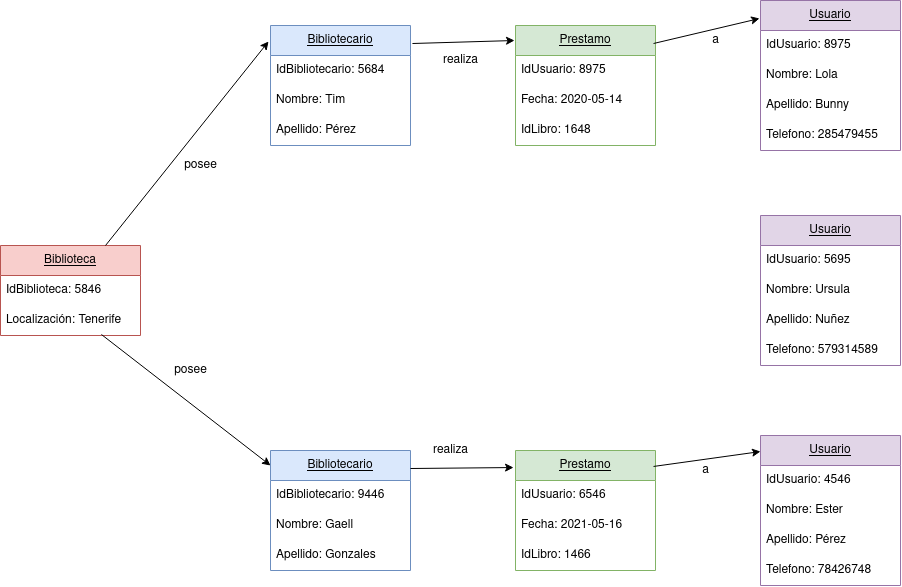
The draw.io diagram diagramas/tarea2 (biblioteca)/diagrama_objeto_biblioteca.png in Chugani05/entorno_de_desarrollo, before a commit. Source tidied: cells renumbered, new cells last; positions are measured from the earlier drawing's top-left corner, leaving out a move shared by most shapes. Source of this version:
```xml
<mxGraphModel>
  <root>
    <mxCell id="0" />
    <mxCell id="1" parent="0" />
    <mxCell id="2" value="&lt;u&gt;Usuario&lt;/u&gt;" style="swimlane;fontStyle=0;horizontal=1;startSize=30;whiteSpace=wrap;html=1;fillColor=#e1d5e7;strokeColor=#9673a6;" parent="1" vertex="1">
      <mxGeometry x="760" y="435" width="140" height="150" as="geometry" />
    </mxCell>
    <mxCell id="3" value="IdUsuario: 4546" style="text;strokeColor=none;fillColor=none;align=left;verticalAlign=middle;spacingLeft=4;spacingRight=4;overflow=hidden;whiteSpace=wrap;html=1;" parent="2" vertex="1">
      <mxGeometry y="30" width="140" height="30" as="geometry" />
    </mxCell>
    <mxCell id="4" value="Nombre: Ester" style="text;strokeColor=none;fillColor=none;align=left;verticalAlign=middle;spacingLeft=4;spacingRight=4;overflow=hidden;whiteSpace=wrap;html=1;" parent="2" vertex="1">
      <mxGeometry y="60" width="140" height="30" as="geometry" />
    </mxCell>
    <mxCell id="5" value="Apellido: Pérez" style="text;strokeColor=none;fillColor=none;align=left;verticalAlign=middle;spacingLeft=4;spacingRight=4;overflow=hidden;whiteSpace=wrap;html=1;" parent="2" vertex="1">
      <mxGeometry y="90" width="140" height="30" as="geometry" />
    </mxCell>
    <mxCell id="6" value="Telefono: 78426748" style="text;strokeColor=none;fillColor=none;align=left;verticalAlign=middle;spacingLeft=4;spacingRight=4;overflow=hidden;whiteSpace=wrap;html=1;" parent="2" vertex="1">
      <mxGeometry y="120" width="140" height="30" as="geometry" />
    </mxCell>
    <mxCell id="7" value="&lt;u&gt;Prestamo&lt;/u&gt;" style="swimlane;fontStyle=0;horizontal=1;startSize=30;whiteSpace=wrap;html=1;fillColor=#d5e8d4;strokeColor=#82b366;" parent="1" vertex="1">
      <mxGeometry x="515" y="25" width="140" height="120" as="geometry" />
    </mxCell>
    <mxCell id="8" value="IdUsuario: 8975" style="text;strokeColor=none;fillColor=none;align=left;verticalAlign=middle;spacingLeft=4;spacingRight=4;overflow=hidden;whiteSpace=wrap;html=1;" parent="7" vertex="1">
      <mxGeometry y="30" width="140" height="30" as="geometry" />
    </mxCell>
    <mxCell id="9" value="Fecha: 2020-05-14" style="text;strokeColor=none;fillColor=none;align=left;verticalAlign=middle;spacingLeft=4;spacingRight=4;overflow=hidden;whiteSpace=wrap;html=1;" parent="7" vertex="1">
      <mxGeometry y="60" width="140" height="30" as="geometry" />
    </mxCell>
    <mxCell id="10" value="IdLibro: 1648" style="text;strokeColor=none;fillColor=none;align=left;verticalAlign=middle;spacingLeft=4;spacingRight=4;overflow=hidden;whiteSpace=wrap;html=1;" parent="7" vertex="1">
      <mxGeometry y="90" width="140" height="30" as="geometry" />
    </mxCell>
    <mxCell id="11" value="&lt;u&gt;Usuario&lt;/u&gt;" style="swimlane;fontStyle=0;horizontal=1;startSize=30;whiteSpace=wrap;html=1;fillColor=#e1d5e7;strokeColor=#9673a6;" parent="1" vertex="1">
      <mxGeometry x="760" width="140" height="150" as="geometry" />
    </mxCell>
    <mxCell id="12" value="IdUsuario: 8975" style="text;strokeColor=none;fillColor=none;align=left;verticalAlign=middle;spacingLeft=4;spacingRight=4;overflow=hidden;whiteSpace=wrap;html=1;" parent="11" vertex="1">
      <mxGeometry y="30" width="140" height="30" as="geometry" />
    </mxCell>
    <mxCell id="13" value="Nombre: Lola" style="text;strokeColor=none;fillColor=none;align=left;verticalAlign=middle;spacingLeft=4;spacingRight=4;overflow=hidden;whiteSpace=wrap;html=1;" parent="11" vertex="1">
      <mxGeometry y="60" width="140" height="30" as="geometry" />
    </mxCell>
    <mxCell id="14" value="Apellido: Bunny" style="text;strokeColor=none;fillColor=none;align=left;verticalAlign=middle;spacingLeft=4;spacingRight=4;overflow=hidden;whiteSpace=wrap;html=1;" parent="11" vertex="1">
      <mxGeometry y="90" width="140" height="30" as="geometry" />
    </mxCell>
    <mxCell id="15" value="Telefono: 285479455" style="text;strokeColor=none;fillColor=none;align=left;verticalAlign=middle;spacingLeft=4;spacingRight=4;overflow=hidden;whiteSpace=wrap;html=1;" parent="11" vertex="1">
      <mxGeometry y="120" width="140" height="30" as="geometry" />
    </mxCell>
    <mxCell id="16" value="&lt;u&gt;Usuario&lt;/u&gt;" style="swimlane;fontStyle=0;horizontal=1;startSize=30;whiteSpace=wrap;html=1;fillColor=#e1d5e7;strokeColor=#9673a6;" parent="1" vertex="1">
      <mxGeometry x="760" y="215" width="140" height="150" as="geometry" />
    </mxCell>
    <mxCell id="17" value="IdUsuario: 5695" style="text;strokeColor=none;fillColor=none;align=left;verticalAlign=middle;spacingLeft=4;spacingRight=4;overflow=hidden;whiteSpace=wrap;html=1;" parent="16" vertex="1">
      <mxGeometry y="30" width="140" height="30" as="geometry" />
    </mxCell>
    <mxCell id="18" value="Nombre: Ursula" style="text;strokeColor=none;fillColor=none;align=left;verticalAlign=middle;spacingLeft=4;spacingRight=4;overflow=hidden;whiteSpace=wrap;html=1;" parent="16" vertex="1">
      <mxGeometry y="60" width="140" height="30" as="geometry" />
    </mxCell>
    <mxCell id="19" value="Apellido: Nuñez" style="text;strokeColor=none;fillColor=none;align=left;verticalAlign=middle;spacingLeft=4;spacingRight=4;overflow=hidden;whiteSpace=wrap;html=1;" parent="16" vertex="1">
      <mxGeometry y="90" width="140" height="30" as="geometry" />
    </mxCell>
    <mxCell id="20" value="Telefono: 579314589" style="text;strokeColor=none;fillColor=none;align=left;verticalAlign=middle;spacingLeft=4;spacingRight=4;overflow=hidden;whiteSpace=wrap;html=1;" parent="16" vertex="1">
      <mxGeometry y="120" width="140" height="30" as="geometry" />
    </mxCell>
    <mxCell id="21" value="&lt;u&gt;Bibliotecario&lt;/u&gt;" style="swimlane;fontStyle=0;horizontal=1;startSize=30;whiteSpace=wrap;html=1;fillColor=#dae8fc;strokeColor=#6c8ebf;" parent="1" vertex="1">
      <mxGeometry x="270" y="25" width="140" height="120" as="geometry" />
    </mxCell>
    <mxCell id="22" value="IdBibliotecario: 5684" style="text;strokeColor=none;fillColor=none;align=left;verticalAlign=middle;spacingLeft=4;spacingRight=4;overflow=hidden;whiteSpace=wrap;html=1;" parent="21" vertex="1">
      <mxGeometry y="30" width="140" height="30" as="geometry" />
    </mxCell>
    <mxCell id="23" value="Nombre: Tim" style="text;strokeColor=none;fillColor=none;align=left;verticalAlign=middle;spacingLeft=4;spacingRight=4;overflow=hidden;whiteSpace=wrap;html=1;" parent="21" vertex="1">
      <mxGeometry y="60" width="140" height="30" as="geometry" />
    </mxCell>
    <mxCell id="24" value="Apellido: Pérez" style="text;strokeColor=none;fillColor=none;align=left;verticalAlign=middle;spacingLeft=4;spacingRight=4;overflow=hidden;whiteSpace=wrap;html=1;" parent="21" vertex="1">
      <mxGeometry y="90" width="140" height="30" as="geometry" />
    </mxCell>
    <mxCell id="25" value="&lt;u&gt;Bibliotecario&lt;/u&gt;" style="swimlane;fontStyle=0;horizontal=1;startSize=30;whiteSpace=wrap;html=1;fillColor=#dae8fc;strokeColor=#6c8ebf;" parent="1" vertex="1">
      <mxGeometry x="270" y="450" width="140" height="120" as="geometry" />
    </mxCell>
    <mxCell id="26" value="IdBibliotecario: 9446" style="text;strokeColor=none;fillColor=none;align=left;verticalAlign=middle;spacingLeft=4;spacingRight=4;overflow=hidden;whiteSpace=wrap;html=1;" parent="25" vertex="1">
      <mxGeometry y="30" width="140" height="30" as="geometry" />
    </mxCell>
    <mxCell id="27" value="Nombre: Gaell" style="text;strokeColor=none;fillColor=none;align=left;verticalAlign=middle;spacingLeft=4;spacingRight=4;overflow=hidden;whiteSpace=wrap;html=1;" parent="25" vertex="1">
      <mxGeometry y="60" width="140" height="30" as="geometry" />
    </mxCell>
    <mxCell id="28" value="Apellido: Gonzales" style="text;strokeColor=none;fillColor=none;align=left;verticalAlign=middle;spacingLeft=4;spacingRight=4;overflow=hidden;whiteSpace=wrap;html=1;" parent="25" vertex="1">
      <mxGeometry y="90" width="140" height="30" as="geometry" />
    </mxCell>
    <mxCell id="29" value="&lt;u&gt;Prestamo&lt;/u&gt;" style="swimlane;fontStyle=0;horizontal=1;startSize=30;whiteSpace=wrap;html=1;fillColor=#d5e8d4;strokeColor=#82b366;" parent="1" vertex="1">
      <mxGeometry x="515" y="450" width="140" height="120" as="geometry" />
    </mxCell>
    <mxCell id="30" value="IdUsuario: 6546" style="text;strokeColor=none;fillColor=none;align=left;verticalAlign=middle;spacingLeft=4;spacingRight=4;overflow=hidden;whiteSpace=wrap;html=1;" parent="29" vertex="1">
      <mxGeometry y="30" width="140" height="30" as="geometry" />
    </mxCell>
    <mxCell id="31" value="Fecha: 2021-05-16" style="text;strokeColor=none;fillColor=none;align=left;verticalAlign=middle;spacingLeft=4;spacingRight=4;overflow=hidden;whiteSpace=wrap;html=1;" parent="29" vertex="1">
      <mxGeometry y="60" width="140" height="30" as="geometry" />
    </mxCell>
    <mxCell id="32" value="IdLibro: 1466" style="text;strokeColor=none;fillColor=none;align=left;verticalAlign=middle;spacingLeft=4;spacingRight=4;overflow=hidden;whiteSpace=wrap;html=1;" parent="29" vertex="1">
      <mxGeometry y="90" width="140" height="30" as="geometry" />
    </mxCell>
    <mxCell id="33" value="&lt;u&gt;Biblioteca&lt;/u&gt;" style="swimlane;fontStyle=0;horizontal=1;startSize=30;whiteSpace=wrap;html=1;fillColor=#f8cecc;strokeColor=#b85450;" parent="1" vertex="1">
      <mxGeometry y="245" width="140" height="90" as="geometry" />
    </mxCell>
    <mxCell id="34" value="IdBiblioteca: 5846" style="text;strokeColor=none;fillColor=none;align=left;verticalAlign=middle;spacingLeft=4;spacingRight=4;overflow=hidden;whiteSpace=wrap;html=1;" parent="33" vertex="1">
      <mxGeometry y="30" width="140" height="30" as="geometry" />
    </mxCell>
    <mxCell id="35" value="Localización: Tenerife" style="text;strokeColor=none;fillColor=none;align=left;verticalAlign=middle;spacingLeft=4;spacingRight=4;overflow=hidden;points=[[0,0.5],[1,0.5]];portConstraint=eastwest;whiteSpace=wrap;html=1;" parent="33" vertex="1">
      <mxGeometry y="60" width="140" height="30" as="geometry" />
    </mxCell>
    <mxCell id="36" style="endArrow=classic;html=1;rounded=0;exitX=0.75;exitY=0;exitDx=0;exitDy=0;entryX=-0.014;entryY=0.133;entryDx=0;entryDy=0;entryPerimeter=0;endFill=1;" parent="1" edge="1" source="33" target="21">
      <mxGeometry relative="1" as="geometry" />
    </mxCell>
    <mxCell id="37" style="endArrow=classic;html=1;rounded=0;exitX=0.721;exitY=0.967;exitDx=0;exitDy=0;exitPerimeter=0;entryX=0;entryY=0.125;entryDx=0;entryDy=0;entryPerimeter=0;" parent="1" edge="1" source="35" target="25">
      <mxGeometry relative="1" as="geometry" />
    </mxCell>
    <mxCell id="38" style="endArrow=classic;html=1;rounded=0;exitX=1.014;exitY=0.15;exitDx=0;exitDy=0;exitPerimeter=0;entryX=-0.007;entryY=0.125;entryDx=0;entryDy=0;entryPerimeter=0;" parent="1" edge="1" source="21" target="7">
      <mxGeometry relative="1" as="geometry" />
    </mxCell>
    <mxCell id="39" style="endArrow=classic;html=1;rounded=0;exitX=1;exitY=0.15;exitDx=0;exitDy=0;exitPerimeter=0;entryX=-0.014;entryY=0.142;entryDx=0;entryDy=0;entryPerimeter=0;" parent="1" edge="1" source="25" target="29">
      <mxGeometry relative="1" as="geometry" />
    </mxCell>
    <mxCell id="40" value="posee" style="text;html=1;align=center;verticalAlign=middle;strokeColor=none;fillColor=none;" parent="1" vertex="1">
      <mxGeometry x="160" y="355" width="60" height="30" as="geometry" />
    </mxCell>
    <mxCell id="41" value="posee" style="text;html=1;align=center;verticalAlign=middle;strokeColor=none;fillColor=none;" parent="1" vertex="1">
      <mxGeometry x="170" y="150" width="60" height="30" as="geometry" />
    </mxCell>
    <mxCell id="42" value="realiza" style="text;html=1;align=center;verticalAlign=middle;strokeColor=none;fillColor=none;" parent="1" vertex="1">
      <mxGeometry x="420" y="435" width="60" height="30" as="geometry" />
    </mxCell>
    <mxCell id="43" value="realiza" style="text;html=1;align=center;verticalAlign=middle;strokeColor=none;fillColor=none;" parent="1" vertex="1">
      <mxGeometry x="430" y="45" width="60" height="30" as="geometry" />
    </mxCell>
    <mxCell id="44" style="endArrow=classic;html=1;rounded=0;exitX=0.986;exitY=0.15;exitDx=0;exitDy=0;exitPerimeter=0;entryX=-0.007;entryY=0.12;entryDx=0;entryDy=0;entryPerimeter=0;" parent="1" edge="1" source="7" target="11">
      <mxGeometry relative="1" as="geometry" />
    </mxCell>
    <mxCell id="45" value="a" style="text;html=1;align=center;verticalAlign=middle;strokeColor=none;fillColor=none;" parent="1" vertex="1">
      <mxGeometry x="700" y="25" width="30" height="30" as="geometry" />
    </mxCell>
    <mxCell id="46" style="endArrow=classic;html=1;rounded=0;exitX=0.986;exitY=0.133;exitDx=0;exitDy=0;exitPerimeter=0;entryX=0;entryY=0.107;entryDx=0;entryDy=0;entryPerimeter=0;" parent="1" edge="1" source="29" target="2">
      <mxGeometry relative="1" as="geometry" />
    </mxCell>
    <mxCell id="47" value="a" style="text;html=1;align=center;verticalAlign=middle;strokeColor=none;fillColor=none;" parent="1" vertex="1">
      <mxGeometry x="690" y="455" width="30" height="30" as="geometry" />
    </mxCell>
  </root>
</mxGraphModel>
```
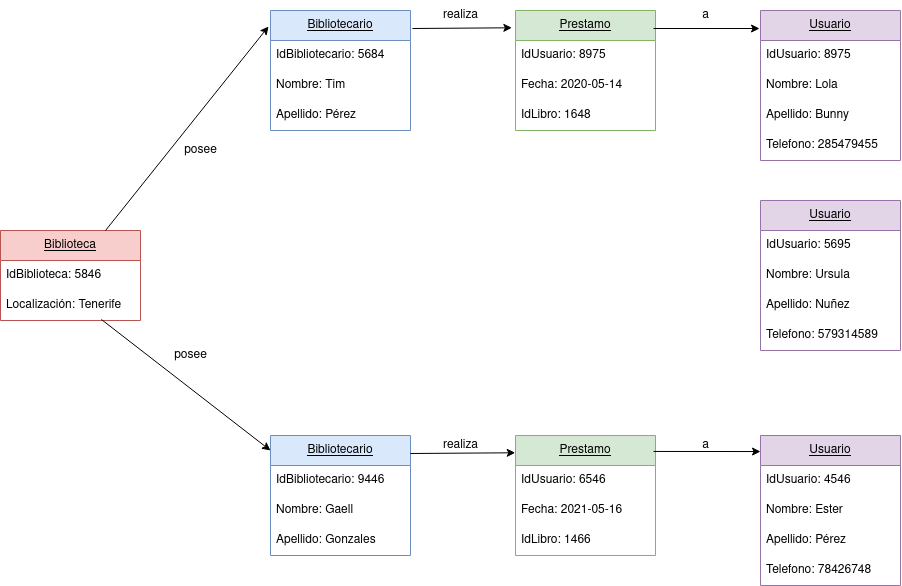
After the commit.

What changed in the source:
```diff
@@ -3,7 +3,7 @@
     <mxCell id="0" />
     <mxCell id="1" parent="0" />
     <mxCell id="2" value="&lt;u&gt;Usuario&lt;/u&gt;" style="swimlane;fontStyle=0;horizontal=1;startSize=30;whiteSpace=wrap;html=1;fillColor=#e1d5e7;strokeColor=#9673a6;" parent="1" vertex="1">
-      <mxGeometry x="760" y="435" width="140" height="150" as="geometry" />
+      <mxGeometry x="760" y="450" width="140" height="150" as="geometry" />
     </mxCell>
     <mxCell id="3" value="IdUsuario: 4546" style="text;strokeColor=none;fillColor=none;align=left;verticalAlign=middle;spacingLeft=4;spacingRight=4;overflow=hidden;whiteSpace=wrap;html=1;" parent="2" vertex="1">
       <mxGeometry y="30" width="140" height="30" as="geometry" />
@@ -30,7 +30,7 @@
       <mxGeometry y="90" width="140" height="30" as="geometry" />
     </mxCell>
     <mxCell id="11" value="&lt;u&gt;Usuario&lt;/u&gt;" style="swimlane;fontStyle=0;horizontal=1;startSize=30;whiteSpace=wrap;html=1;fillColor=#e1d5e7;strokeColor=#9673a6;" parent="1" vertex="1">
-      <mxGeometry x="760" width="140" height="150" as="geometry" />
+      <mxGeometry x="760" y="25" width="140" height="150" as="geometry" />
     </mxCell>
     <mxCell id="12" value="IdUsuario: 8975" style="text;strokeColor=none;fillColor=none;align=left;verticalAlign=middle;spacingLeft=4;spacingRight=4;overflow=hidden;whiteSpace=wrap;html=1;" parent="11" vertex="1">
       <mxGeometry y="30" width="140" height="30" as="geometry" />
@@ -110,10 +110,10 @@
     <mxCell id="37" style="endArrow=classic;html=1;rounded=0;exitX=0.721;exitY=0.967;exitDx=0;exitDy=0;exitPerimeter=0;entryX=0;entryY=0.125;entryDx=0;entryDy=0;entryPerimeter=0;" parent="1" edge="1" source="35" target="25">
       <mxGeometry relative="1" as="geometry" />
     </mxCell>
-    <mxCell id="38" style="endArrow=classic;html=1;rounded=0;exitX=1.014;exitY=0.15;exitDx=0;exitDy=0;exitPerimeter=0;entryX=-0.007;entryY=0.125;entryDx=0;entryDy=0;entryPerimeter=0;" parent="1" edge="1" source="21" target="7">
+    <mxCell id="38" style="endArrow=classic;html=1;rounded=0;exitX=1.014;exitY=0.15;exitDx=0;exitDy=0;exitPerimeter=0;entryX=-0.026;entryY=0.144;entryDx=0;entryDy=0;entryPerimeter=0;" parent="1" edge="1" source="21" target="7">
       <mxGeometry relative="1" as="geometry" />
     </mxCell>
-    <mxCell id="39" style="endArrow=classic;html=1;rounded=0;exitX=1;exitY=0.15;exitDx=0;exitDy=0;exitPerimeter=0;entryX=-0.014;entryY=0.142;entryDx=0;entryDy=0;entryPerimeter=0;" parent="1" edge="1" source="25" target="29">
+    <mxCell id="39" style="endArrow=classic;html=1;rounded=0;exitX=1;exitY=0.15;exitDx=0;exitDy=0;exitPerimeter=0;entryX=-0.002;entryY=0.144;entryDx=0;entryDy=0;entryPerimeter=0;" parent="1" edge="1" source="25" target="29">
       <mxGeometry relative="1" as="geometry" />
     </mxCell>
     <mxCell id="40" value="posee" style="text;html=1;align=center;verticalAlign=middle;strokeColor=none;fillColor=none;" parent="1" vertex="1">
@@ -123,22 +123,22 @@
       <mxGeometry x="170" y="150" width="60" height="30" as="geometry" />
     </mxCell>
     <mxCell id="42" value="realiza" style="text;html=1;align=center;verticalAlign=middle;strokeColor=none;fillColor=none;" parent="1" vertex="1">
-      <mxGeometry x="420" y="435" width="60" height="30" as="geometry" />
+      <mxGeometry x="430" y="445" width="60" height="30" as="geometry" />
     </mxCell>
     <mxCell id="43" value="realiza" style="text;html=1;align=center;verticalAlign=middle;strokeColor=none;fillColor=none;" parent="1" vertex="1">
-      <mxGeometry x="430" y="45" width="60" height="30" as="geometry" />
+      <mxGeometry x="430" y="15" width="60" height="30" as="geometry" />
     </mxCell>
     <mxCell id="44" style="endArrow=classic;html=1;rounded=0;exitX=0.986;exitY=0.15;exitDx=0;exitDy=0;exitPerimeter=0;entryX=-0.007;entryY=0.12;entryDx=0;entryDy=0;entryPerimeter=0;" parent="1" edge="1" source="7" target="11">
       <mxGeometry relative="1" as="geometry" />
     </mxCell>
     <mxCell id="45" value="a" style="text;html=1;align=center;verticalAlign=middle;strokeColor=none;fillColor=none;" parent="1" vertex="1">
-      <mxGeometry x="700" y="25" width="30" height="30" as="geometry" />
+      <mxGeometry x="690" y="15" width="30" height="30" as="geometry" />
     </mxCell>
     <mxCell id="46" style="endArrow=classic;html=1;rounded=0;exitX=0.986;exitY=0.133;exitDx=0;exitDy=0;exitPerimeter=0;entryX=0;entryY=0.107;entryDx=0;entryDy=0;entryPerimeter=0;" parent="1" edge="1" source="29" target="2">
       <mxGeometry relative="1" as="geometry" />
     </mxCell>
     <mxCell id="47" value="a" style="text;html=1;align=center;verticalAlign=middle;strokeColor=none;fillColor=none;" parent="1" vertex="1">
-      <mxGeometry x="690" y="455" width="30" height="30" as="geometry" />
+      <mxGeometry x="690" y="445" width="30" height="30" as="geometry" />
     </mxCell>
   </root>
 </mxGraphModel>
```
